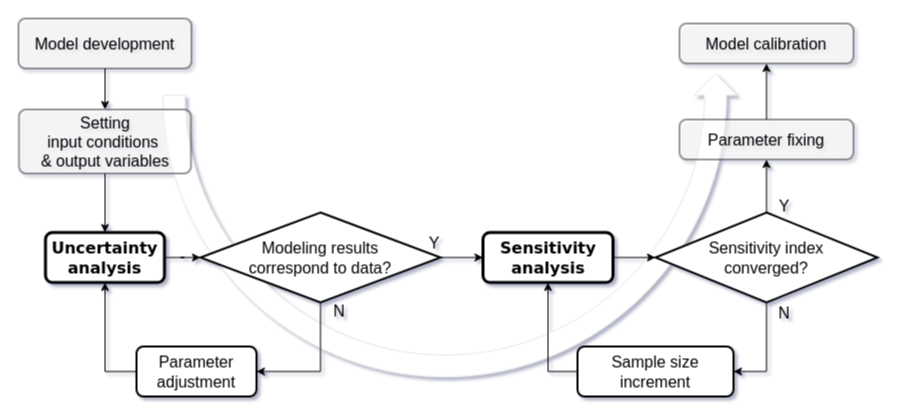
Above: diagram/Workflow.drawio in nanhung/pksensi-JSS (draw.io), before the change. Source tidied: cells renumbered, new cells numbered last; positions are measured from the earlier drawing's top-left corner, leaving out a move shared by most shapes. Both pictures are drawn from the tidied source at 100%, with x=0, y=0 at pixel (18, 18).
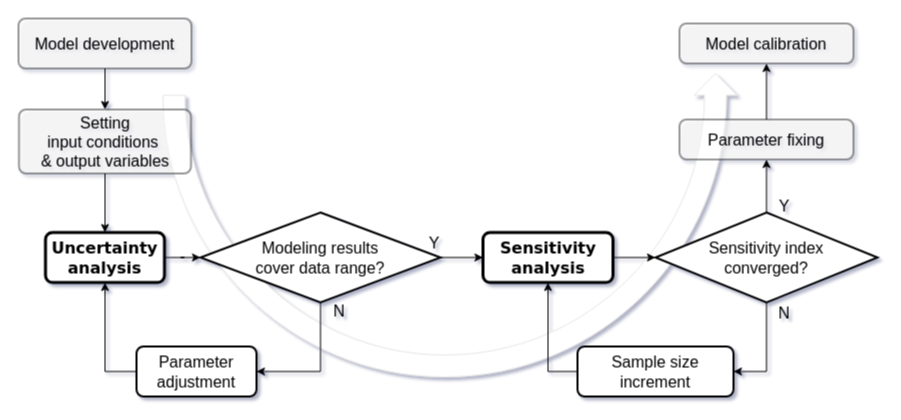
The same page after the edit.

What changed in the source:
```diff
@@
-    <mxCell id="7" value="&lt;div style=&quot;font-size: 16px&quot;&gt;&lt;font style=&quot;font-size: 16px&quot;&gt;Modeling results &lt;br&gt;&lt;/font&gt;&lt;/div&gt;&lt;div style=&quot;font-size: 16px&quot;&gt;&lt;font style=&quot;font-size: 16px&quot;&gt;correspond to data?&lt;/font&gt;&lt;/div&gt;" style="strokeWidth=2;html=1;shape=mxgraph.flowchart.decision;whiteSpace=wrap;" parent="1" vertex="1">
+    <mxCell id="7" value="&lt;div style=&quot;font-size: 16px&quot;&gt;&lt;font style=&quot;font-size: 16px&quot;&gt;Modeling results &lt;br&gt;&lt;/font&gt;&lt;/div&gt;&lt;div style=&quot;font-size: 16px&quot;&gt;&lt;font style=&quot;font-size: 16px&quot;&gt;cover data range?&lt;/font&gt;&lt;/div&gt;" style="strokeWidth=2;html=1;shape=mxgraph.flowchart.decision;whiteSpace=wrap;" parent="1" vertex="1">
       <mxGeometry x="182" y="194" width="240" height="90" as="geometry" />
     </mxCell>
```
